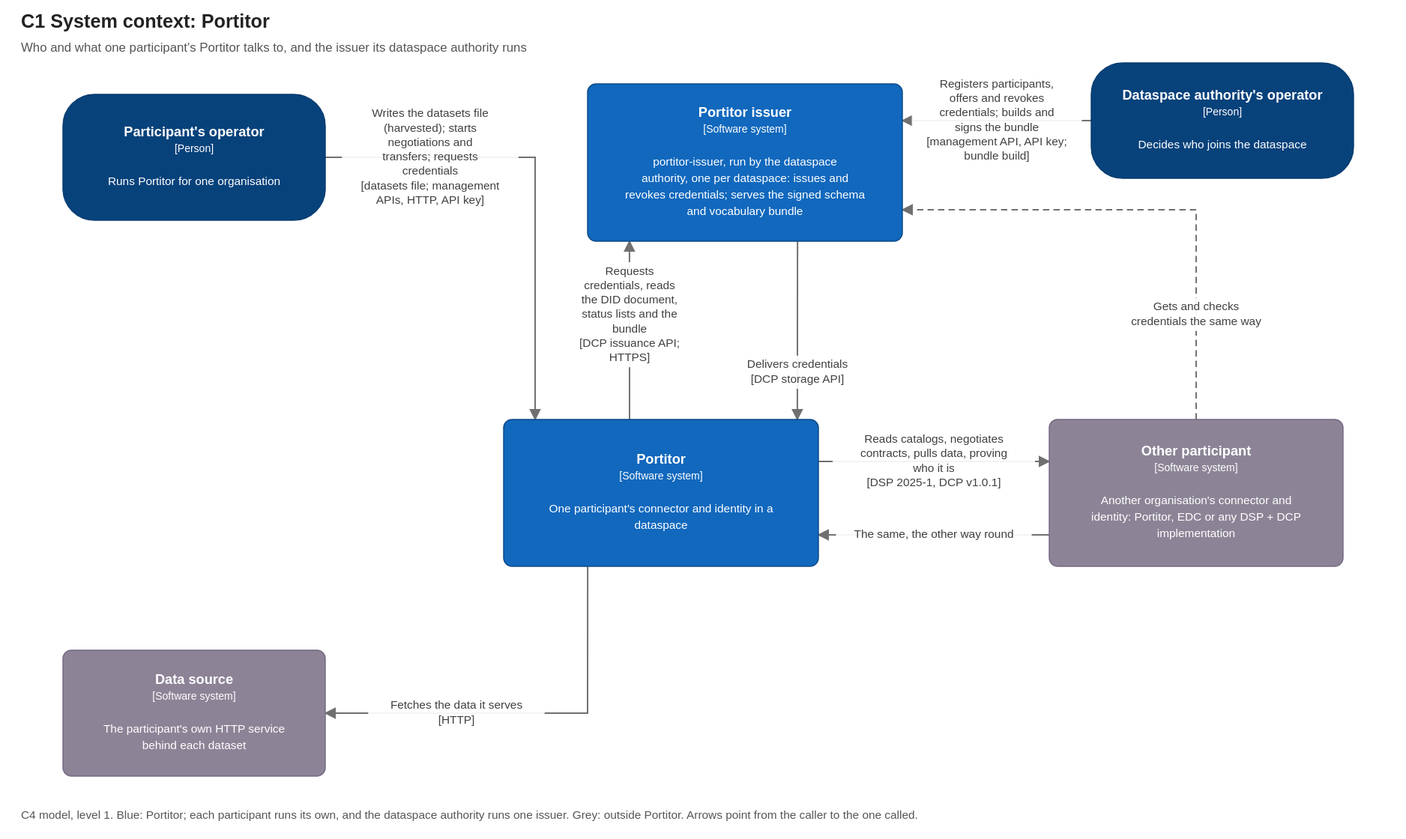
This is docs/diagrams/c1-system-context.drawio.svg from brunopacheco1/portitor, a draw.io export, as it was before one commit. Source tidied: cells renumbered, new cells last; positions are measured from the earlier drawing's top-left corner, leaving out a move shared by most shapes.
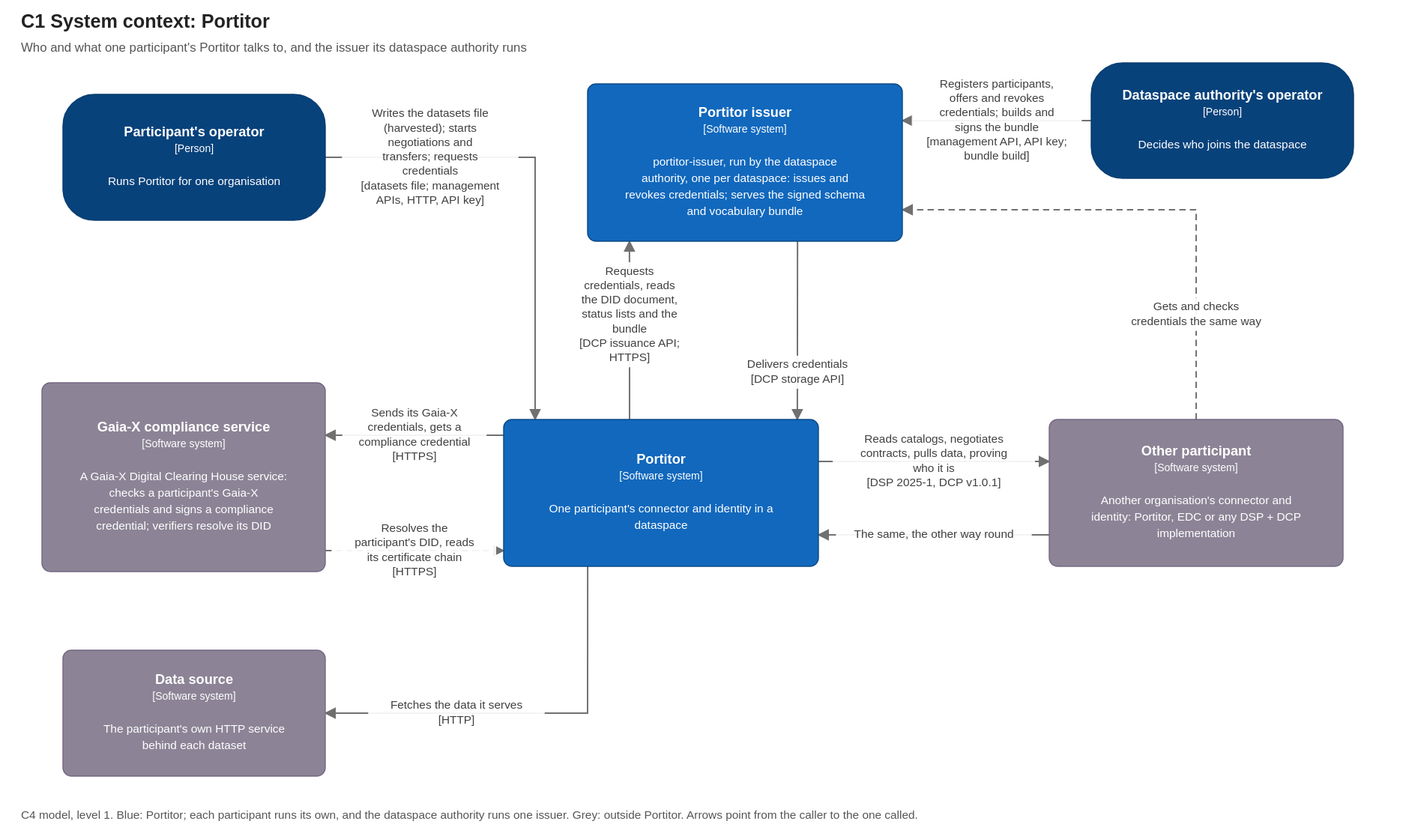
The same file after the commit.

Commit message:
Docs: draw the 0.8 Gaia-X pieces in the C4 diagrams

The edit, as a diff of the source:
```diff
@@ -56,6 +56,15 @@
         </Array>
       </mxGeometry>
     </mxCell>
+    <mxCell id="17" value="&lt;b&gt;Gaia-X compliance service&lt;/b&gt;&lt;br&gt;&lt;font style=&quot;font-size:10px&quot;&gt;[Software system]&lt;/font&gt;&lt;br&gt;&lt;br&gt;&lt;font style=&quot;font-size:11px&quot;&gt;A Gaia-X Digital Clearing House service: checks a participant&amp;#x27;s Gaia-X credentials and signs a compliance credential; verifiers resolve its DID&lt;/font&gt;" style="rounded=1;arcSize=8;whiteSpace=wrap;html=1;fillColor=#8C8496;strokeColor=#736782;fontColor=#FFFFFF;fontSize=13;align=center;verticalAlign=middle;c4Kind=external;c4Name=Gaia-X compliance service;" parent="1" vertex="1">
+      <mxGeometry x="20" y="305" width="270" height="180" as="geometry" />
+    </mxCell>
+    <mxCell id="18" value="Sends its Gaia-X credentials, gets a compliance credential&#10;[HTTPS]" style="endArrow=blockThin;endFill=1;html=1;rounded=0;strokeColor=#707070;fontSize=11;fontColor=#404040;labelBackgroundColor=#FFFFFF;exitX=0.000;exitY=0.107;exitPerimeter=0;entryX=1.000;entryY=0.278;entryPerimeter=0;" parent="1" edge="1" source="5" target="17">
+      <mxGeometry relative="1" as="geometry" />
+    </mxCell>
+    <mxCell id="19" value="Resolves the participant's DID, reads its certificate chain&#10;[HTTPS]" style="endArrow=blockThin;endFill=1;html=1;rounded=0;strokeColor=#707070;fontSize=11;fontColor=#404040;labelBackgroundColor=#FFFFFF;dashed=1;exitX=1.000;exitY=0.889;exitPerimeter=0;entryX=0.000;entryY=0.893;entryPerimeter=0;" parent="1" edge="1" source="17" target="5">
+      <mxGeometry relative="1" as="geometry" />
+    </mxCell>
     <mxCell id="16" value="C4 model, level 1. Blue: Portitor; each participant runs its own, and the dataspace authority runs one issuer. Grey: outside Portitor. Arrows point from the caller to the one called." style="text;html=1;align=left;verticalAlign=top;fontSize=11;fontColor=#555555;whiteSpace=wrap;" parent="1" vertex="1">
       <mxGeometry y="700" width="1300" height="40" as="geometry" />
     </mxCell>
```
